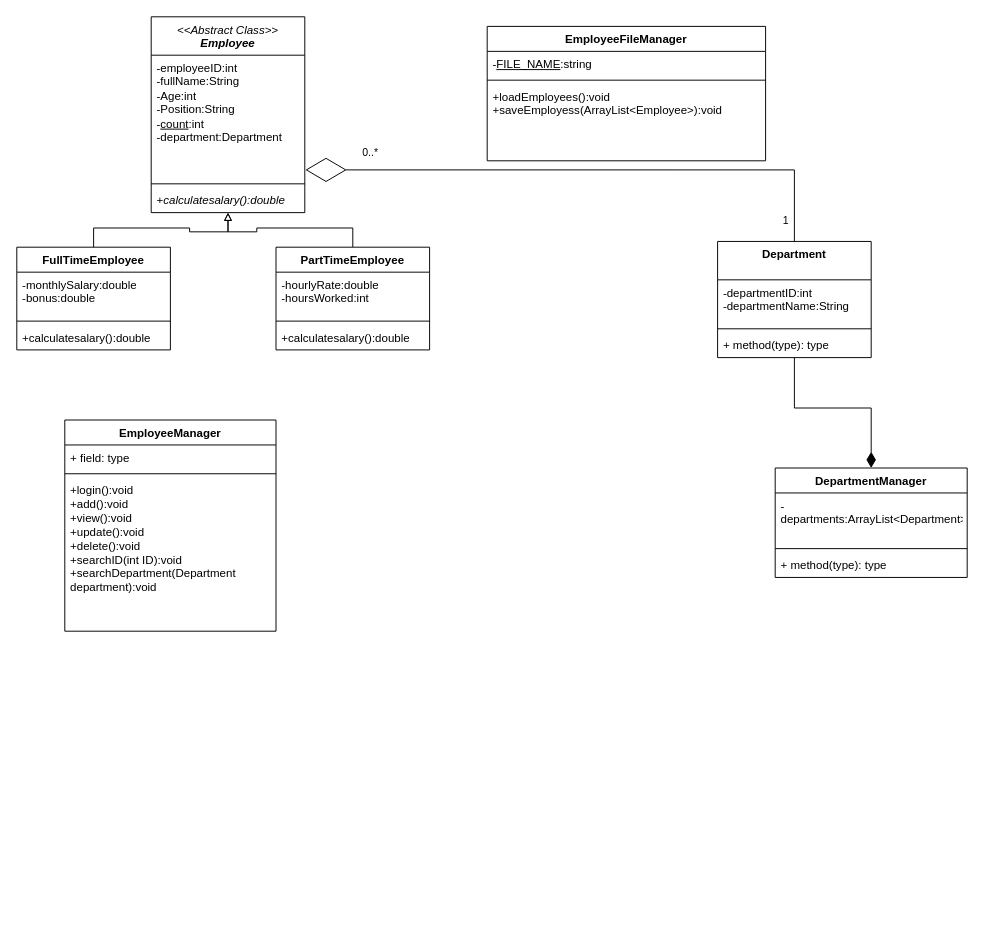
This is lab7UML.drawio from alymoataz/Employee-Management-System, a draw.io file, before an edit. Source tidied: cells renumbered, new cells numbered last; positions are measured from the earlier drawing's top-left corner, leaving out a move shared by most shapes. Both pictures are drawn from the tidied source at 96%, with x=0, y=0 at pixel (16, 16).
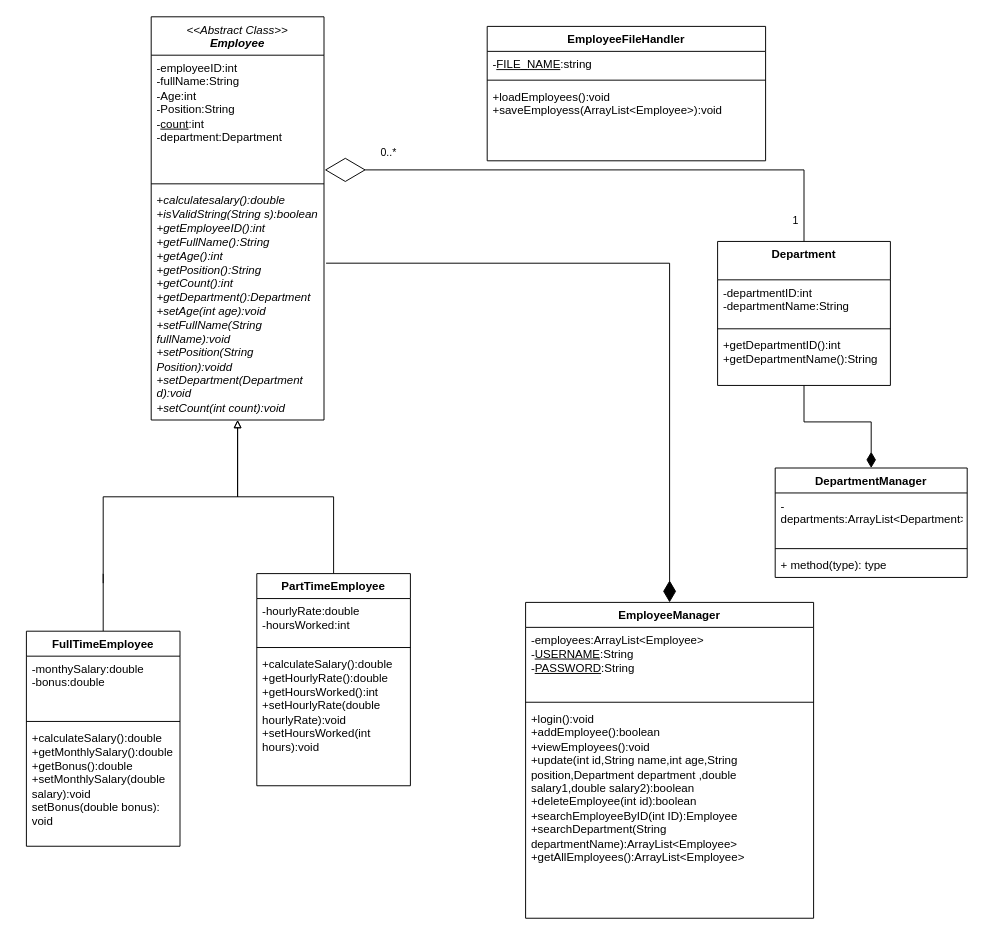
The same page after the edit.

Diff of the diagram source:
```diff
@@
     <mxCell id="5" value="&lt;i style=&quot;font-weight: 400;&quot;&gt;&amp;lt;&amp;lt;Abstract Class&amp;gt;&amp;gt;&lt;/i&gt;&lt;div&gt;&lt;i style=&quot;&quot;&gt;Employee&lt;/i&gt;&lt;/div&gt;" style="swimlane;fontStyle=1;align=center;verticalAlign=top;horizontal=1;startSize=40;whiteSpace=wrap;html=1;" parent="1" vertex="1">
-      <mxGeometry x="140" width="160" height="204" as="geometry" />
+      <mxGeometry x="140" width="180" height="420" as="geometry" />
     </mxCell>
     <mxCell id="6" value="-employeeID:int&lt;div&gt;-fullName:String&lt;/div&gt;&lt;div&gt;-Age:int&lt;/div&gt;&lt;div&gt;-Position:String&lt;/div&gt;&lt;div&gt;-&lt;u style=&quot;&quot;&gt;count&lt;/u&gt;:int&lt;/div&gt;&lt;div&gt;-department:Department&lt;/div&gt;" style="text;strokeColor=none;fillColor=none;align=left;verticalAlign=top;spacingLeft=4;spacingRight=4;overflow=hidden;points=[[0,0.5],[1,0.5]];portConstraint=eastwest;whiteSpace=wrap;html=1;" parent="5" vertex="1">
-      <mxGeometry y="40" width="160" height="130" as="geometry" />
+      <mxGeometry y="40" width="180" height="130" as="geometry" />
     </mxCell>
     <mxCell id="7" style="line;strokeWidth=1;fillColor=none;align=left;verticalAlign=middle;spacingTop=-1;spacingLeft=3;spacingRight=3;labelPosition=right;strokeColor=inherit;labelPerimeter=1;" parent="5" vertex="1">
-      <mxGeometry y="170" width="160" height="8" as="geometry" />
+      <mxGeometry y="170" width="180" height="8" as="geometry" />
     </mxCell>
-    <mxCell id="8" value="+&lt;i&gt;calculatesalary():double&lt;/i&gt;" style="text;strokeColor=none;fillColor=none;align=left;verticalAlign=top;spacingLeft=4;spacingRight=4;overflow=hidden;points=[[0,0.5],[1,0.5]];portConstraint=eastwest;whiteSpace=wrap;html=1;" parent="5" vertex="1">
-      <mxGeometry y="178" width="160" height="26" as="geometry" />
+    <mxCell id="8" value="+&lt;i&gt;calculatesalary():double&lt;/i&gt;&lt;div&gt;&lt;i&gt;+isValidString(String s):boolean&lt;/i&gt;&lt;/div&gt;&lt;div&gt;&lt;i&gt;+getEmployeeID():int&lt;/i&gt;&lt;/div&gt;&lt;div&gt;&lt;i&gt;+getFullName():String&lt;/i&gt;&lt;/div&gt;&lt;div&gt;&lt;i&gt;+getAge():int&lt;/i&gt;&lt;/div&gt;&lt;div&gt;&lt;i&gt;+getPosition():String&lt;/i&gt;&lt;/div&gt;&lt;div&gt;&lt;i&gt;+getCount():int&lt;/i&gt;&lt;/div&gt;&lt;div&gt;&lt;i&gt;+getDepartment():Department&lt;/i&gt;&lt;/div&gt;&lt;div&gt;&lt;i&gt;+setAge(int age):void&lt;/i&gt;&lt;/div&gt;&lt;div&gt;&lt;i&gt;+setFullName(String fullName):void&lt;/i&gt;&lt;/div&gt;&lt;div&gt;&lt;i&gt;+setPosition(String Position):voidd&lt;/i&gt;&lt;/div&gt;&lt;div&gt;&lt;i&gt;+setDepartment(Department d):void&lt;/i&gt;&lt;/div&gt;&lt;div&gt;&lt;i&gt;+setCount(int count):void&lt;/i&gt;&lt;/div&gt;" style="text;strokeColor=none;fillColor=none;align=left;verticalAlign=top;spacingLeft=4;spacingRight=4;overflow=hidden;points=[[0,0.5],[1,0.5]];portConstraint=eastwest;whiteSpace=wrap;html=1;" parent="5" vertex="1">
+      <mxGeometry y="178" width="180" height="242" as="geometry" />
     </mxCell>
-    <mxCell id="9" style="edgeStyle=orthogonalEdgeStyle;rounded=0;jettySize=auto;html=1;exitX=0.5;exitY=0;exitDx=0;exitDy=0;defaultLabelBackgroundColor=page;labelPadding=0 4;entryX=0.5;entryY=1;entryDx=0;entryDy=0;endArrow=block;endFill=0;" parent="1" edge="1" source="10" target="5">
-      <mxGeometry relative="1" as="geometry" />
+    <mxCell id="9" style="edgeStyle=orthogonalEdgeStyle;rounded=0;jettySize=auto;html=1;defaultLabelBackgroundColor=page;labelPadding=0 4;entryX=0.5;entryY=1;entryDx=0;entryDy=0;endArrow=block;endFill=0;" parent="1" edge="1" target="5">
+      <mxGeometry x="0.06" relative="1" as="geometry">
+        <mxPoint x="90" y="590" as="sourcePoint" />
+        <Array as="points">
+          <mxPoint x="90" y="580" />
+          <mxPoint x="90" y="500" />
+          <mxPoint x="230" y="500" />
+        </Array>
+      </mxGeometry>
     </mxCell>
-    <mxCell id="10" value="FullTimeEmployee&lt;div&gt;&lt;br&gt;&lt;/div&gt;" style="swimlane;fontStyle=1;align=center;verticalAlign=top;horizontal=1;startSize=26;whiteSpace=wrap;html=1;" parent="1" vertex="1">
-      <mxGeometry y="240" width="160" height="107" as="geometry" />
-    </mxCell>
-    <mxCell id="11" value="-monthlySalary:double&lt;div&gt;-bonus:double&lt;/div&gt;" style="text;strokeColor=none;fillColor=none;align=left;verticalAlign=top;spacingLeft=4;spacingRight=4;overflow=hidden;whiteSpace=wrap;html=1;" parent="10" vertex="1">
-      <mxGeometry y="26" width="160" height="47" as="geometry" />
-    </mxCell>
-    <mxCell id="12" style="line;strokeWidth=1;fillColor=none;align=left;verticalAlign=middle;spacingTop=-1;spacingLeft=3;spacingRight=3;labelPosition=right;strokeColor=inherit;labelPerimeter=1;" parent="10" vertex="1">
-      <mxGeometry y="73" width="160" height="8" as="geometry" />
-    </mxCell>
-    <mxCell id="13" value="+calculatesalary():double" style="text;strokeColor=none;fillColor=none;align=left;verticalAlign=top;spacingLeft=4;spacingRight=4;overflow=hidden;whiteSpace=wrap;html=1;" parent="10" vertex="1">
-      <mxGeometry y="81" width="160" height="26" as="geometry" />
-    </mxCell>
@@
     <mxCell id="15" value="PartTimeEmployee" style="swimlane;fontStyle=1;align=center;verticalAlign=top;horizontal=1;startSize=26;whiteSpace=wrap;html=1;" parent="1" vertex="1">
-      <mxGeometry x="270" y="240" width="160" height="107" as="geometry" />
+      <mxGeometry x="250" y="580" width="160" height="221" as="geometry" />
     </mxCell>
@@
-    <mxCell id="18" value="+calculatesalary():double" style="text;strokeColor=none;fillColor=none;align=left;verticalAlign=top;spacingLeft=4;spacingRight=4;overflow=hidden;whiteSpace=wrap;html=1;" parent="15" vertex="1">
-      <mxGeometry y="81" width="160" height="26" as="geometry" />
+    <mxCell id="18" value="+calculateSalary():double&lt;div&gt;+getHourlyRate():double&lt;/div&gt;&lt;div&gt;+getHoursWorked():int&lt;/div&gt;&lt;div&gt;+setHourlyRate(double hourlyRate):void&lt;/div&gt;&lt;div&gt;+setHoursWorked(int hours):void&lt;/div&gt;" style="text;strokeColor=none;fillColor=none;align=left;verticalAlign=top;spacingLeft=4;spacingRight=4;overflow=hidden;whiteSpace=wrap;html=1;" parent="15" vertex="1">
+      <mxGeometry y="81" width="160" height="140" as="geometry" />
     </mxCell>
-    <mxCell id="19" value="EmployeeFileManager&lt;div&gt;&lt;br&gt;&lt;/div&gt;" style="swimlane;fontStyle=1;align=center;verticalAlign=top;horizontal=1;startSize=26;whiteSpace=wrap;html=1;" parent="1" vertex="1">
+    <mxCell id="19" value="EmployeeFileHandler&lt;div&gt;&lt;br&gt;&lt;/div&gt;" style="swimlane;fontStyle=1;align=center;verticalAlign=top;horizontal=1;startSize=26;whiteSpace=wrap;html=1;" parent="1" vertex="1">
       <mxGeometry x="490" y="10" width="290" height="140" as="geometry" />
     </mxCell>
@@
     <mxCell id="24" value="&lt;div&gt;&lt;span style=&quot;background-color: transparent; color: light-dark(#000000, var(--ge-light-color, #ffffff));&quot;&gt;Department&lt;/span&gt;&lt;/div&gt;&lt;div&gt;&lt;br&gt;&lt;/div&gt;" style="swimlane;fontStyle=1;align=center;verticalAlign=top;horizontal=1;startSize=40;whiteSpace=wrap;html=1;" parent="1" vertex="1">
-      <mxGeometry x="730" y="234" width="160" height="121" as="geometry" />
+      <mxGeometry x="730" y="234" width="180" height="150" as="geometry" />
     </mxCell>
     <mxCell id="25" value="-departmentID:int&lt;div&gt;-departmentName:String&lt;/div&gt;" style="text;strokeColor=none;fillColor=none;align=left;verticalAlign=top;spacingLeft=4;spacingRight=4;overflow=hidden;whiteSpace=wrap;html=1;" parent="24" vertex="1">
-      <mxGeometry y="40" width="160" height="47" as="geometry" />
+      <mxGeometry y="40" width="180" height="47" as="geometry" />
     </mxCell>
     <mxCell id="26" style="line;strokeWidth=1;fillColor=none;align=left;verticalAlign=middle;spacingTop=-1;spacingLeft=3;spacingRight=3;labelPosition=right;strokeColor=inherit;labelPerimeter=1;" parent="24" vertex="1">
-      <mxGeometry y="87" width="160" height="8" as="geometry" />
+      <mxGeometry y="87" width="180" height="8" as="geometry" />
     </mxCell>
-    <mxCell id="27" value="+ method(type): type" style="text;strokeColor=none;fillColor=none;align=left;verticalAlign=top;spacingLeft=4;spacingRight=4;overflow=hidden;whiteSpace=wrap;html=1;" parent="24" vertex="1">
-      <mxGeometry y="95" width="160" height="26" as="geometry" />
+    <mxCell id="27" value="+getDepartmentID():int&lt;div&gt;+getDepartmentName():String&lt;/div&gt;" style="text;strokeColor=none;fillColor=none;align=left;verticalAlign=top;spacingLeft=4;spacingRight=4;overflow=hidden;whiteSpace=wrap;html=1;" parent="24" vertex="1">
+      <mxGeometry y="95" width="180" height="55" as="geometry" />
     </mxCell>
+    <mxCell id="36" style="edgeStyle=orthogonalEdgeStyle;rounded=0;jettySize=auto;html=1;defaultLabelBackgroundColor=page;labelPadding=0 4;entryX=1.012;entryY=0.325;entryDx=0;entryDy=0;entryPerimeter=0;endArrow=none;endFill=0;startArrow=diamondThin;startFill=1;startSize=20;" parent="1" edge="1" source="28" target="8">
+      <mxGeometry relative="1" as="geometry" />
+    </mxCell>
     <mxCell id="28" value="EmployeeManager" style="swimlane;fontStyle=1;align=center;verticalAlign=top;horizontal=1;startSize=26;whiteSpace=wrap;html=1;" parent="1" vertex="1">
-      <mxGeometry x="50" y="420" width="220" height="220" as="geometry" />
+      <mxGeometry x="530" y="610" width="300" height="329" as="geometry" />
     </mxCell>
-    <mxCell id="29" value="+ field: type" style="text;strokeColor=none;fillColor=none;align=left;verticalAlign=top;spacingLeft=4;spacingRight=4;overflow=hidden;whiteSpace=wrap;html=1;" parent="28" vertex="1">
-      <mxGeometry y="26" width="220" height="26" as="geometry" />
+    <mxCell id="29" value="-employees:ArrayList&amp;lt;Employee&amp;gt;&lt;div&gt;-&lt;u&gt;USERNAME&lt;/u&gt;:String&lt;/div&gt;&lt;div&gt;-&lt;u&gt;PASSWORD&lt;/u&gt;:String&lt;/div&gt;" style="text;strokeColor=none;fillColor=none;align=left;verticalAlign=top;spacingLeft=4;spacingRight=4;overflow=hidden;whiteSpace=wrap;html=1;" parent="28" vertex="1">
+      <mxGeometry y="26" width="300" height="74" as="geometry" />
     </mxCell>
     <mxCell id="30" style="line;strokeWidth=1;fillColor=none;align=left;verticalAlign=middle;spacingTop=-1;spacingLeft=3;spacingRight=3;labelPosition=right;strokeColor=inherit;labelPerimeter=1;" parent="28" vertex="1">
-      <mxGeometry y="52" width="220" height="8" as="geometry" />
+      <mxGeometry y="100" width="300" height="8" as="geometry" />
     </mxCell>
-    <mxCell id="31" value="+login():void&lt;div&gt;+add():void&lt;/div&gt;&lt;div&gt;+view():void&lt;/div&gt;&lt;div&gt;+update():void&lt;/div&gt;&lt;div&gt;+delete():void&lt;/div&gt;&lt;div&gt;+searchID(int ID):void&lt;/div&gt;&lt;div&gt;+searchDepartment(Department department):void&lt;/div&gt;" style="text;strokeColor=none;fillColor=none;align=left;verticalAlign=top;spacingLeft=4;spacingRight=4;overflow=hidden;whiteSpace=wrap;html=1;" parent="28" vertex="1">
-      <mxGeometry y="60" width="220" height="160" as="geometry" />
+    <mxCell id="31" value="+login():void&lt;div&gt;+addEmployee():boolean&lt;/div&gt;&lt;div&gt;+viewEmployees():void&lt;/div&gt;&lt;div&gt;+update(int id,String name,int age,String position,Department department ,double salary1,double salary2):boolean&lt;/div&gt;&lt;div&gt;+deleteEmployee(int id):boolean&lt;/div&gt;&lt;div&gt;+searchEmployeeByID(int ID):Employee&lt;/div&gt;&lt;div&gt;+searchDepartment(String departmentName):ArrayList&amp;lt;Employee&amp;gt;&lt;/div&gt;&lt;div&gt;+getAllEmployees():ArrayList&amp;lt;Employee&amp;gt;&lt;/div&gt;" style="text;strokeColor=none;fillColor=none;align=left;verticalAlign=top;spacingLeft=4;spacingRight=4;overflow=hidden;whiteSpace=wrap;html=1;" parent="28" vertex="1">
+      <mxGeometry y="108" width="300" height="221" as="geometry" />
     </mxCell>
@@
+    <mxCell id="37" style="edgeStyle=orthogonalEdgeStyle;rounded=0;jettySize=auto;html=1;exitX=0.5;exitY=0;exitDx=0;exitDy=0;defaultLabelBackgroundColor=page;labelPadding=0 4;endArrow=none;endFill=0;" parent="1" edge="1" source="10">
+      <mxGeometry relative="1" as="geometry">
+        <mxPoint x="90" y="580" as="targetPoint" />
+        <Array as="points">
+          <mxPoint x="90" y="580" />
+        </Array>
+      </mxGeometry>
+    </mxCell>
+    <mxCell id="10" value="FullTimeEmployee&lt;div&gt;&lt;br&gt;&lt;/div&gt;" style="swimlane;fontStyle=1;align=center;verticalAlign=top;horizontal=1;startSize=26;whiteSpace=wrap;html=1;" parent="1" vertex="1">
+      <mxGeometry x="10" y="640" width="160" height="224" as="geometry" />
+    </mxCell>
+    <mxCell id="38" value="-monthySalary:double&lt;div&gt;-bonus:double&lt;/div&gt;" style="text;strokeColor=none;fillColor=none;align=left;verticalAlign=top;spacingLeft=4;spacingRight=4;overflow=hidden;whiteSpace=wrap;html=1;" parent="10" vertex="1">
+      <mxGeometry y="26" width="160" height="64" as="geometry" />
+    </mxCell>
+    <mxCell id="39" style="line;strokeWidth=1;fillColor=none;align=left;verticalAlign=middle;spacingTop=-1;spacingLeft=3;spacingRight=3;labelPosition=right;strokeColor=inherit;labelPerimeter=1;" parent="10" vertex="1">
+      <mxGeometry y="90" width="160" height="8" as="geometry" />
+    </mxCell>
+    <mxCell id="40" value="+calculateSalary():double&lt;div&gt;+getMonthlySalary():double&lt;/div&gt;&lt;div&gt;+getBonus():double&lt;/div&gt;&lt;div&gt;+setMonthlySalary(double salary):void&lt;/div&gt;&lt;div&gt;setBonus(double bonus):&lt;/div&gt;&lt;div&gt;void&lt;/div&gt;" style="text;strokeColor=none;fillColor=none;align=left;verticalAlign=top;spacingLeft=4;spacingRight=4;overflow=hidden;whiteSpace=wrap;html=1;" parent="10" vertex="1">
+      <mxGeometry y="98" width="160" height="126" as="geometry" />
+    </mxCell>
```
